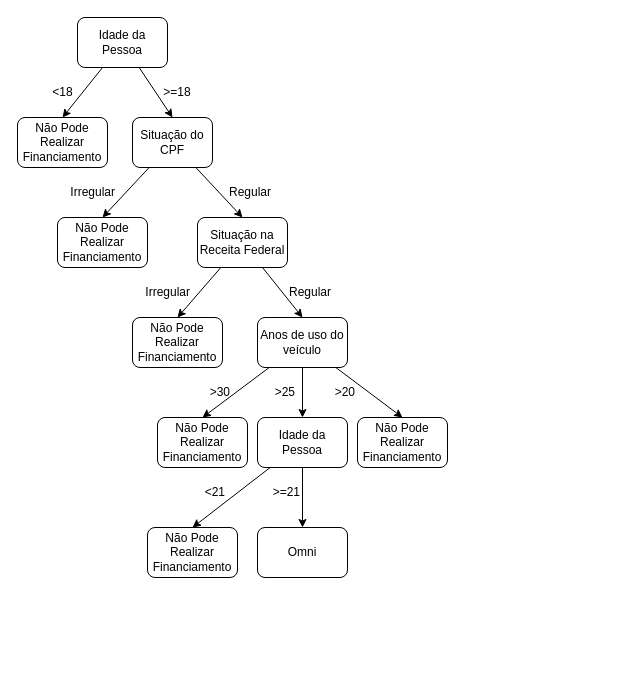
Earlier version of the draw.io diagram diagrams/1.drawio (darkvictor13/Expert-System). Source tidied: cells renumbered, new cells numbered last; positions are measured from the earlier drawing's top-left corner, leaving out a move shared by most shapes. Both pictures are drawn from the tidied source at 100%, with x=0, y=0 at pixel (17, 17).
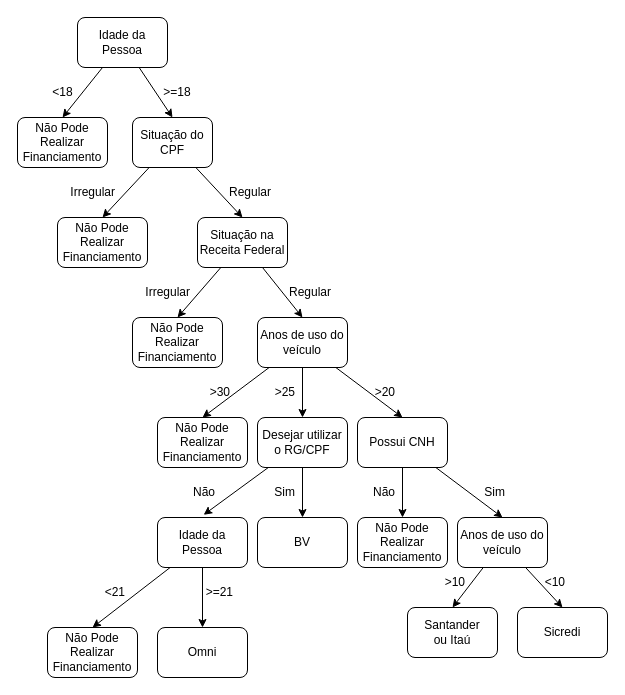
The same diagram, later.

Unchanged cells that the change refers to:
```xml
<mxCell id="19" value="Anos de uso do veículo" style="rounded=1;whiteSpace=wrap;html=1;" parent="1" vertex="1">
  <mxGeometry x="240" y="300" width="90" height="50" as="geometry" />
</mxCell>
```

Diff of the diagram source:
```diff
@@
-    <mxCell id="17" style="edgeStyle=none;html=1;entryX=0.5;entryY=0;entryDx=0;entryDy=0;" parent="1" edge="1" source="19" target="25">
-      <mxGeometry relative="1" as="geometry" />
-    </mxCell>
@@
+    <mxCell id="36" style="edgeStyle=none;html=1;entryX=0.5;entryY=0;entryDx=0;entryDy=0;" parent="1" edge="1" source="19" target="41">
+      <mxGeometry relative="1" as="geometry" />
+    </mxCell>
@@
     <mxCell id="25" value="Idade da Pessoa" style="rounded=1;whiteSpace=wrap;html=1;" parent="1" vertex="1">
-      <mxGeometry x="240" y="400" width="90" height="50" as="geometry" />
+      <mxGeometry x="140" y="500" width="90" height="50" as="geometry" />
     </mxCell>
+    <mxCell id="37" style="edgeStyle=none;html=1;entryX=0.5;entryY=0;entryDx=0;entryDy=0;" parent="1" edge="1" source="26" target="45">
+      <mxGeometry relative="1" as="geometry" />
+    </mxCell>
+    <mxCell id="38" style="edgeStyle=none;html=1;entryX=0.5;entryY=0;entryDx=0;entryDy=0;" parent="1" edge="1" source="26" target="49">
+      <mxGeometry relative="1" as="geometry" />
+    </mxCell>
-    <mxCell id="26" value="Não Pode Realizar Financiamento" style="rounded=1;whiteSpace=wrap;html=1;" parent="1" vertex="1">
+    <mxCell id="26" value="Possui CNH" style="rounded=1;whiteSpace=wrap;html=1;" parent="1" vertex="1">
       <mxGeometry x="340" y="400" width="90" height="50" as="geometry" />
     </mxCell>
@@
     <mxCell id="28" value="Não Pode Realizar Financiamento" style="rounded=1;whiteSpace=wrap;html=1;" parent="1" vertex="1">
-      <mxGeometry x="130" y="510" width="90" height="50" as="geometry" />
+      <mxGeometry x="30" y="610" width="90" height="50" as="geometry" />
     </mxCell>
     <mxCell id="29" value="Omni" style="rounded=1;whiteSpace=wrap;html=1;" parent="1" vertex="1">
-      <mxGeometry x="240" y="510" width="90" height="50" as="geometry" />
+      <mxGeometry x="140" y="610" width="90" height="50" as="geometry" />
     </mxCell>
     <mxCell id="30" value="&amp;gt;=21" style="text;html=1;strokeColor=none;fillColor=none;align=right;verticalAlign=middle;whiteSpace=wrap;rounded=0;" parent="1" vertex="1">
-      <mxGeometry x="255" y="460" width="30" height="30" as="geometry" />
+      <mxGeometry x="187.5" y="560" width="30" height="30" as="geometry" />
     </mxCell>
     <mxCell id="31" value="&amp;lt;21" style="text;html=1;strokeColor=none;fillColor=none;align=right;verticalAlign=middle;whiteSpace=wrap;rounded=0;" parent="1" vertex="1">
-      <mxGeometry x="180" y="460" width="30" height="30" as="geometry" />
+      <mxGeometry x="80" y="560" width="30" height="30" as="geometry" />
     </mxCell>
@@
     <mxCell id="35" value="&amp;gt;20" style="text;html=1;strokeColor=none;fillColor=none;align=right;verticalAlign=middle;whiteSpace=wrap;rounded=0;" parent="1" vertex="1">
-      <mxGeometry x="320" y="360" width="20" height="30" as="geometry" />
+      <mxGeometry x="360" y="360" width="20" height="30" as="geometry" />
     </mxCell>
+    <mxCell id="39" style="edgeStyle=none;html=1;entryX=0.513;entryY=-0.054;entryDx=0;entryDy=0;entryPerimeter=0;" parent="1" edge="1" source="41" target="25">
+      <mxGeometry relative="1" as="geometry" />
+    </mxCell>
+    <mxCell id="40" style="edgeStyle=none;html=1;entryX=0.5;entryY=0;entryDx=0;entryDy=0;" parent="1" edge="1" source="41" target="43">
+      <mxGeometry relative="1" as="geometry" />
+    </mxCell>
+    <mxCell id="41" value="Desejar utilizar o RG/CPF" style="rounded=1;whiteSpace=wrap;html=1;" parent="1" vertex="1">
+      <mxGeometry x="240" y="400" width="90" height="50" as="geometry" />
+    </mxCell>
+    <mxCell id="42" value="Não" style="text;html=1;strokeColor=none;fillColor=none;align=right;verticalAlign=middle;whiteSpace=wrap;rounded=0;" parent="1" vertex="1">
+      <mxGeometry x="170" y="460" width="30" height="30" as="geometry" />
+    </mxCell>
+    <mxCell id="43" value="BV" style="rounded=1;whiteSpace=wrap;html=1;" parent="1" vertex="1">
+      <mxGeometry x="240" y="500" width="90" height="50" as="geometry" />
+    </mxCell>
+    <mxCell id="44" value="Sim" style="text;html=1;strokeColor=none;fillColor=none;align=right;verticalAlign=middle;whiteSpace=wrap;rounded=0;" parent="1" vertex="1">
+      <mxGeometry x="250" y="460" width="30" height="30" as="geometry" />
+    </mxCell>
+    <mxCell id="45" value="Não Pode Realizar Financiamento" style="rounded=1;whiteSpace=wrap;html=1;" parent="1" vertex="1">
+      <mxGeometry x="340" y="500" width="90" height="50" as="geometry" />
+    </mxCell>
+    <mxCell id="46" value="Não" style="text;html=1;strokeColor=none;fillColor=none;align=right;verticalAlign=middle;whiteSpace=wrap;rounded=0;" parent="1" vertex="1">
+      <mxGeometry x="350" y="460" width="30" height="30" as="geometry" />
+    </mxCell>
+    <mxCell id="47" style="edgeStyle=none;html=1;entryX=0.5;entryY=0;entryDx=0;entryDy=0;" parent="1" edge="1" source="49" target="51">
+      <mxGeometry relative="1" as="geometry" />
+    </mxCell>
+    <mxCell id="48" style="edgeStyle=none;html=1;entryX=0.5;entryY=0;entryDx=0;entryDy=0;" parent="1" edge="1" source="49" target="52">
+      <mxGeometry relative="1" as="geometry" />
+    </mxCell>
+    <mxCell id="49" value="Anos de uso do veículo" style="rounded=1;whiteSpace=wrap;html=1;" parent="1" vertex="1">
+      <mxGeometry x="440" y="500" width="90" height="50" as="geometry" />
+    </mxCell>
+    <mxCell id="50" value="Sim" style="text;html=1;strokeColor=none;fillColor=none;align=right;verticalAlign=middle;whiteSpace=wrap;rounded=0;" parent="1" vertex="1">
+      <mxGeometry x="460" y="460" width="30" height="30" as="geometry" />
+    </mxCell>
+    <mxCell id="51" value="Santander&lt;br&gt;ou Itaú" style="rounded=1;whiteSpace=wrap;html=1;" parent="1" vertex="1">
+      <mxGeometry x="390" y="590" width="90" height="50" as="geometry" />
+    </mxCell>
+    <mxCell id="52" value="Sicredi" style="rounded=1;whiteSpace=wrap;html=1;" parent="1" vertex="1">
+      <mxGeometry x="500" y="590" width="90" height="50" as="geometry" />
+    </mxCell>
+    <mxCell id="53" value="&amp;gt;10" style="text;html=1;strokeColor=none;fillColor=none;align=right;verticalAlign=middle;whiteSpace=wrap;rounded=0;" parent="1" vertex="1">
+      <mxGeometry x="420" y="550" width="30" height="30" as="geometry" />
+    </mxCell>
+    <mxCell id="54" value="&amp;lt;10" style="text;html=1;strokeColor=none;fillColor=none;align=right;verticalAlign=middle;whiteSpace=wrap;rounded=0;" parent="1" vertex="1">
+      <mxGeometry x="520" y="550" width="30" height="30" as="geometry" />
+    </mxCell>
```
